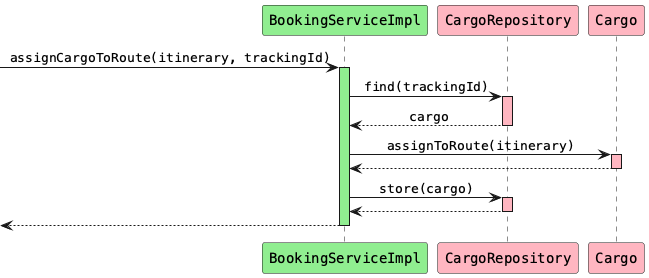
Before: src/site/resources/diagrams/BookingServiceImpl_assignCargoToRoute.png, a diagram exported from PlantUML (aowss/dddsample-core).
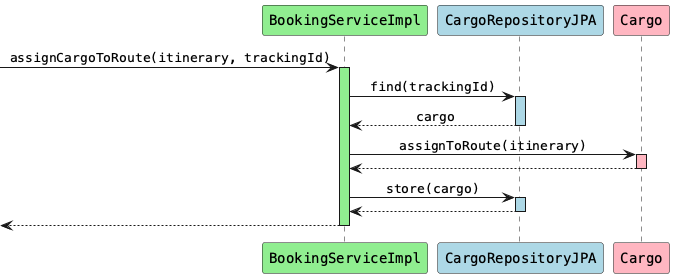
After the commit.

What changed in the source:
```diff
@@ -4,14 +4,14 @@
 skinparam sequenceMessageAlign center
 
 participant "BookingServiceImpl" as bs #lightgreen
-participant "CargoRepository" as cr #lightpink
+participant "CargoRepositoryJPA" as cr #lightblue
 participant "Cargo" as c #lightpink
 
 [-> bs: assignCargoToRoute(itinerary, trackingId)
 activate bs #lightgreen
 
 bs -> cr: find(trackingId)
-activate cr #lightpink
+activate cr #lightblue
 cr --> bs: cargo
 deactivate cr
 
@@ -21,7 +21,7 @@
 deactivate c
 
 bs -> cr: store(cargo)
-activate cr #lightpink
+activate cr #lightblue
 cr --> bs
 deactivate cr
 
```
